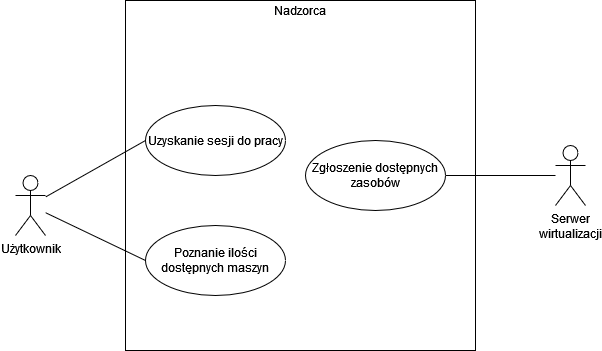
Before: diagrams/use_cases/overseer.png, a diagram exported from draw.io (one-click-desktop/documentation). Source tidied: cells renumbered, new cells last; positions are measured from the earlier drawing's top-left corner, leaving out a move shared by most shapes.
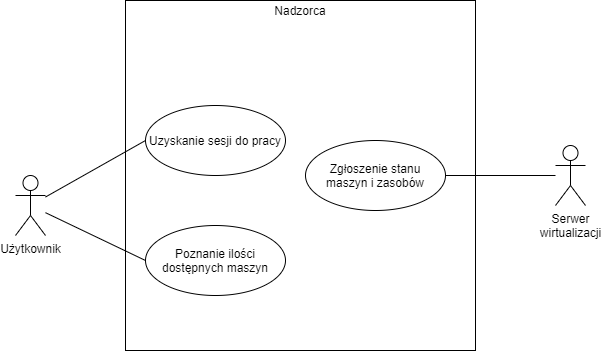
The same file after the commit.

Commit message:
Aktualizacja diagramów stanów

What changed in the source:
```diff
@@ -8,9 +8,9 @@
     <mxCell id="3" value="&lt;div&gt;Serwer&lt;/div&gt;&lt;div&gt;wirtualizacji&lt;/div&gt;" style="shape=umlActor;verticalLabelPosition=bottom;verticalAlign=top;html=1;outlineConnect=0;" parent="1" vertex="1">
       <mxGeometry x="540" y="145" width="30" height="60" as="geometry" />
     </mxCell>
-    <mxCell id="4" style="whiteSpace=wrap;html=1;" parent="1" vertex="1">
-      <mxGeometry x="110" width="350" height="350" as="geometry" />
-    </mxCell>
+    <mxCell id="12" style="whiteSpace=wrap;html=1;" parent="1" vertex="1">
+      <mxGeometry x="110" width="350" height="350" as="geometry" />
+    </mxCell>
     <mxCell id="5" value="Nadzorca" style="text;html=1;strokeColor=none;fillColor=none;align=center;verticalAlign=middle;whiteSpace=wrap;rounded=0;" parent="1" vertex="1">
       <mxGeometry x="260" width="50" height="20" as="geometry" />
     </mxCell>
@@ -26,11 +26,11 @@
     <mxCell id="9" style="endArrow=none;html=1;rounded=0;entryX=0;entryY=0.5;entryDx=0;entryDy=0;" parent="1" edge="1" source="2" target="6">
       <mxGeometry relative="1" as="geometry" />
     </mxCell>
-    <mxCell id="10" value="Zgłoszenie dostępnych zasobów" style="ellipse;whiteSpace=wrap;html=1;" parent="1" vertex="1">
-      <mxGeometry x="290" y="140" width="140" height="70" as="geometry" />
-    </mxCell>
-    <mxCell id="11" style="endArrow=none;html=1;rounded=0;exitX=1;exitY=0.5;exitDx=0;exitDy=0;" parent="1" edge="1" source="10" target="3">
-      <mxGeometry relative="1" as="geometry" />
-    </mxCell>
+    <mxCell id="13" value="Zgłoszenie stanu&lt;br&gt;maszyn i zasobów" style="ellipse;whiteSpace=wrap;html=1;" parent="1" vertex="1">
+      <mxGeometry x="290" y="140" width="140" height="70" as="geometry" />
+    </mxCell>
+    <mxCell id="14" style="endArrow=none;html=1;rounded=0;exitX=1;exitY=0.5;exitDx=0;exitDy=0;" parent="1" edge="1" source="13" target="3">
+      <mxGeometry relative="1" as="geometry" />
+    </mxCell>
   </root>
 </mxGraphModel>
```
